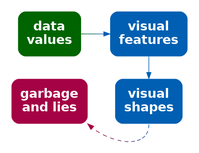
This is Diagrams/data-vis-shape-lie.png from pmur002/hdvw, a Graphviz export, as it was before one commit. Its source is kept beside it as Diagrams/data-vis-shape-lie.dot.
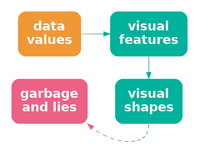
The same diagram one commit later.

The edit, as a diff of the source:
```diff
@@ -1,15 +1,15 @@
 digraph {
   graph [ rankdir=LR; margin=.2; nodesep=.5 ];
   node [ fontsize=20; fontname="sans bold"; margin=.2 ];
-  data [ label="data\nvalues"; shape=box; style="filled, rounded"; penwidth=0; fontcolor=white; fillcolor="#006400" ]
-  lie [ label="garbage\nand lies"; shape=box; style="filled, rounded"; penwidth=0; fontcolor=white; fillcolor="#A40244" ]
+  data [ label="data\nvalues"; shape=box; style="filled, rounded"; penwidth=0; fontcolor=white; fillcolor="#F09736" ]
+  lie [ label="garbage\nand lies"; shape=box; style="filled, rounded"; penwidth=0; fontcolor=white; fillcolor="#EC6184" ]
   vis [ label="visual\nfeatures"; shape=box;
-     style="filled, rounded"; penwidth=0; fontcolor=white; fillcolor="#005FB2" ]
+     style="filled, rounded"; penwidth=0; fontcolor=white; fillcolor="#00B19B" ]
   shape [ label="visual\nshapes"; shape=box;
-       style="filled, rounded"; penwidth=0; fontcolor=white; fillcolor="#005FB2" ]
-  data -> vis [ color="#006400;0.1:#006314;0.1:#006328;0.1:#00623B;0.1:#00624F;0.1:#006163;0.1:#006177;0.1:#00608A;0.1:#00609E;0.1:#005FB2;0.1" ]
-  vis -> shape [ color="#005FB2" ]
-  shape:s -> lie:se [ style="dashed", color="#005FB2;0.1:#1255A6;0.1:#244A9A;0.1:#37408D;0.1:#493681;0.1:#5B2B75;0.1:#6D2169;0.1:#80175C;0.1:#920C50;0.1:#A40244;0.1" ]
+       style="filled, rounded"; penwidth=0; fontcolor=white; fillcolor="#00B19B" ]
+  data -> vis [ color="#F09736;0.1:#D59A41;0.1:#BB9D4C;0.1:#A0A058;0.1:#85A363;0.1:#6BA56E;0.1:#50A879;0.1:#35AB85;0.1:#1BAE90;0.1:#00B19B;0.1" ]
+  vis -> shape [ color="#00B19B" ]
+  shape:s -> lie:se [ style="dashed", color="#00B19B;0.1:#1AA898;0.1:#349F96;0.1:#4F9693;0.1:#698D91;0.1:#83858E;0.1:#9D7C8C;0.1:#B87389;0.1:#D26A87;0.1:#EC6184;0.1" ]
 { rank=same; data, lie }
 { rank=same; vis, shape }
 }
```
